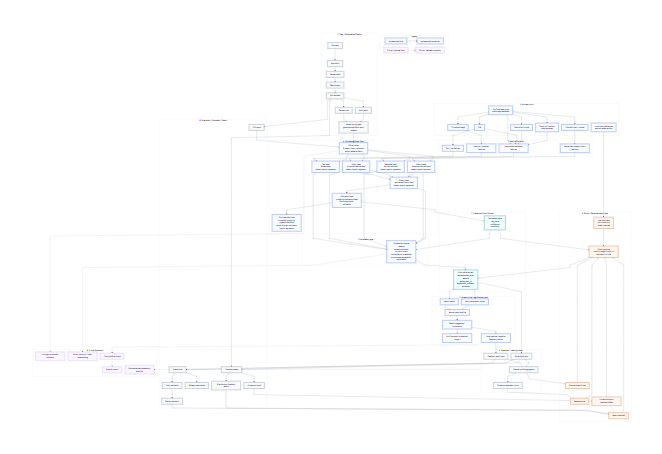
This is docs/architecture/truthlens-architecture-blueprint.png from pt2710/TruthLens, a Mermaid export, as it was before one commit. Its source is kept beside it as docs/architecture/truthlens-architecture-blueprint.mmd.
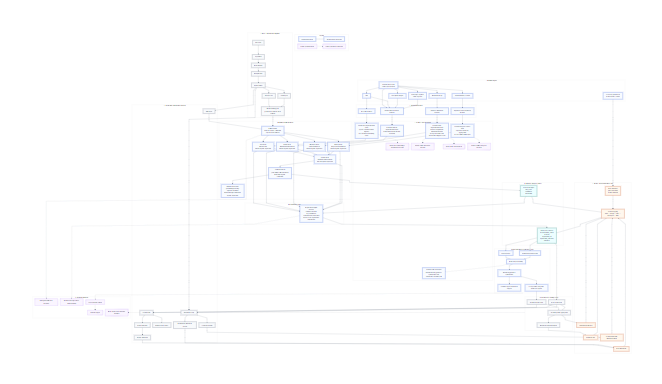
The same diagram one commit later.

Commit message:
Clarify TruthLens model layer taxonomy

Diff of the diagram source:
```diff
@@ -80,7 +80,26 @@
 caps --> metadata_features
 channel --> history_features
 
-subgraph model_stack["4. Multimodal Model Stack"]
+subgraph taxonomy["4. AI / ML Layer Taxonomy"]
+  text_repr["Current text representation layer<br/>sparse CountVectorizer bigrams<br/>not a learned embedding layer"]
+  vision_repr["Current vision representation layer<br/>vision-v2 engineered thumbnail features<br/>no exposed CNN / ViT stack in the shipped scorer"]
+  metadata_repr["Current metadata representation layer<br/>handcrafted tabular feature assembly"]
+  temporal_repr["Current temporal context layer<br/>sequence-summary aggregation<br/>not an LSTM / GRU layer"]
+  llm_assist["Current LLM-assist layer<br/>Gemini draft suggestion / optimization only<br/>outside the classifier path"]
+  future_text_repr["Future text embedding / transformer encoder"]
+  future_vision_repr["Future CNN / ViT vision encoder"]
+  future_vae["Future VAE anomaly head"]
+  future_temporal_repr["Future LSTM / temporal encoder"]
+end
+class text_repr,vision_repr,metadata_repr,temporal_repr,llm_assist implemented
+class future_text_repr,future_vision_repr,future_vae,future_temporal_repr future
+
+text_features --> text_repr
+vision_features --> vision_repr
+metadata_features --> metadata_repr
+history_features --> temporal_repr
+
+subgraph model_stack["5. Multimodal Model Stack"]
   trainer["Offline trainer<br/>fit heads, fusion, calibration<br/>export model artifacts"]
   text_head["Text head<br/>title-encoder<br/>sklearn logistic regression"]
   vision_head["Vision head<br/>thumbnail-feature-head<br/>sklearn logistic regression"]
@@ -93,10 +112,10 @@
 class trainer,text_head,vision_head,metadata_head,history_head,fusion_head,calibration_head,model_note implemented
 
 gate --> trainer
-text_features --> text_head
-vision_features --> vision_head
-metadata_features --> metadata_head
-history_features --> history_head
+text_repr --> text_head
+vision_repr --> vision_head
+metadata_repr --> metadata_head
+temporal_repr --> history_head
 trainer --> text_head
 trainer --> vision_head
 trainer --> metadata_head
@@ -107,8 +126,13 @@
 history_head --> fusion_head
 fusion_head --> calibration_head
 calibration_head --> model_note
+draft -.-> llm_assist
+text_repr -.-> future_text_repr
+vision_repr -.-> future_vision_repr
+vision_repr -.-> future_vae
+temporal_repr -.-> future_temporal_repr
 
-subgraph outputs["5. Inference Output Contract"]
+subgraph outputs["6. Inference Output Contract"]
   model_signal["Core model signal<br/>risk_score<br/>confidence<br/>uncertainty"]
   score_contract["Final score contract<br/>recommended_action<br/>reasons<br/>explanation_id<br/>explanation_summary<br/>evidence"]
 end
@@ -116,7 +140,7 @@
 
 calibration_head --> model_signal
 
-subgraph policy["6. Policy + Personalization Layer"]
+subgraph policy["7. Policy + Personalization Layer"]
   base_thresholds["Base thresholds"]
   feedback_bias["Feedback bias"]
   bandit_offsets["Contextual-bandit threshold offsets"]
@@ -135,7 +159,7 @@
 user_bias --> action_map
 action_map --> score_contract
 
-subgraph explain["7. Explanation Layer"]
+subgraph explain["8. Explanation Layer"]
   explainer["Explanation engine<br/>reasons<br/>evidence buckets<br/>top contributors<br/>counterfactual summaries<br/>music-aware explanation adjustments"]
 end
 class explainer implemented
@@ -148,7 +172,7 @@
 model_signal --> explainer
 explainer --> score_contract
 
-subgraph review["8. Human-in-the-Loop Review Layer"]
+subgraph review["9. Human-in-the-Loop Review Layer"]
   prompt_report["Report prompt"]
   prompt_verify["Verify-transparent prompt"]
   draft["Manual report drafting"]
@@ -166,7 +190,7 @@
 gemini --> youtube
 gemini --> local_feedback
 
-subgraph loops["9. Feedback / Learning Loops"]
+subgraph loops["10. Feedback / Learning Loops"]
   feedback_store["Feedback event store"]
   score_store["Score event store"]
   channel_profiles["Channel profile aggregation"]
@@ -182,7 +206,7 @@
 channel_profiles --> channel_bias
 threshold_inputs --> feedback_bias
 
-subgraph evaluation["10. Evaluation / Simulation / Search"]
+subgraph evaluation["11. Evaluation / Simulation / Search"]
   threshold_sweep["Threshold sweep"]
   qtable["Q-table build"]
   policy_derivation["Policy derivation"]
@@ -209,7 +233,7 @@
 bandit --> bandit_offsets
 drift --> trainer
 
-subgraph future_stack["11. Future Extensions"]
+subgraph future_stack["12. Future Extensions"]
   stronger_models["Stronger multimodal encoders"]
   richer_video["Richer transcript / video understanding"]
   cross_platform["Cross-platform clients"]
```
